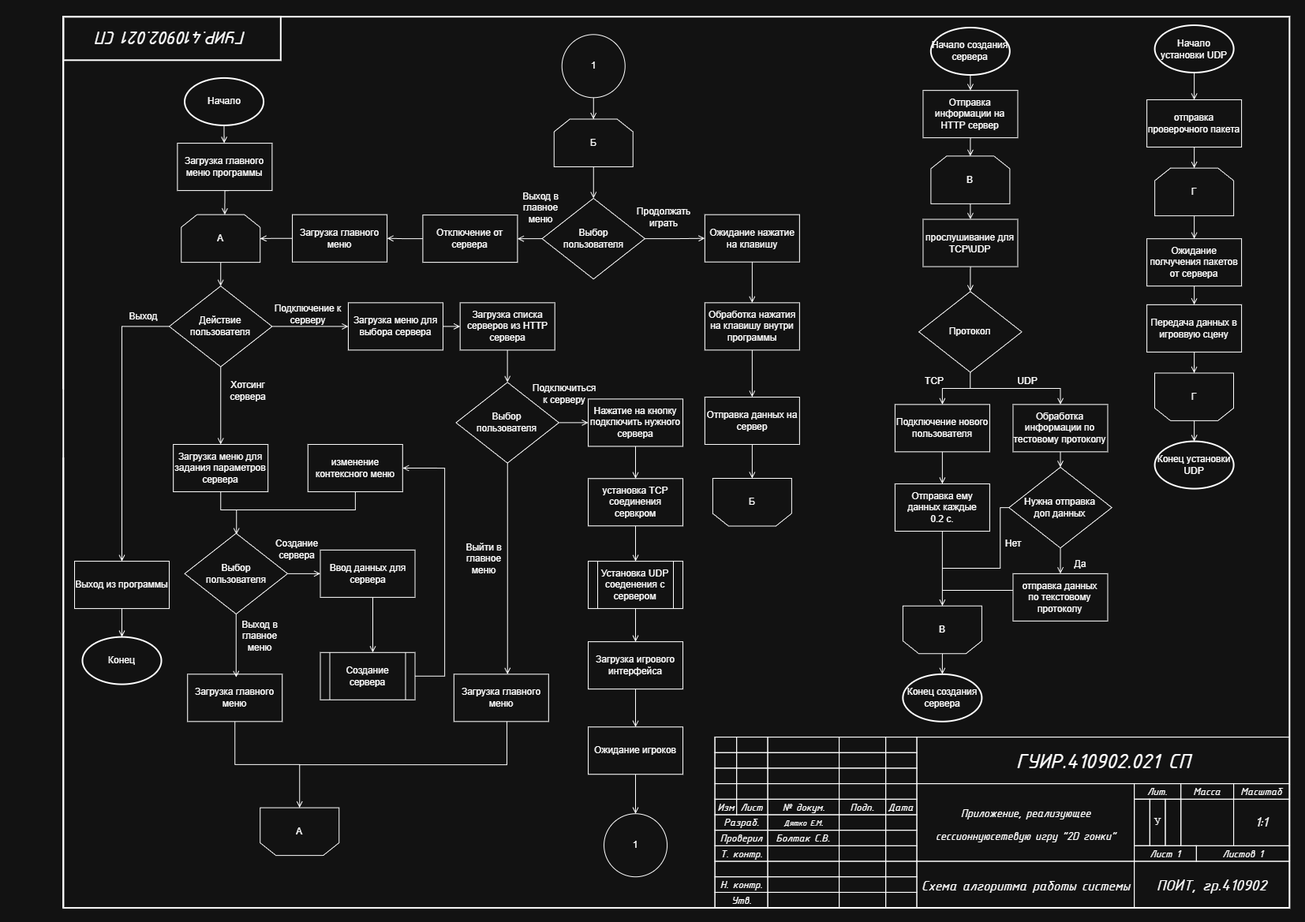
Before: Схема.drawio.png, a diagram exported from draw.io (Bnoul/KSiS_4sem_Kursuch). Source tidied: cells renumbered, new cells last; positions are measured from the earlier drawing's top-left corner, leaving out a move shared by most shapes.
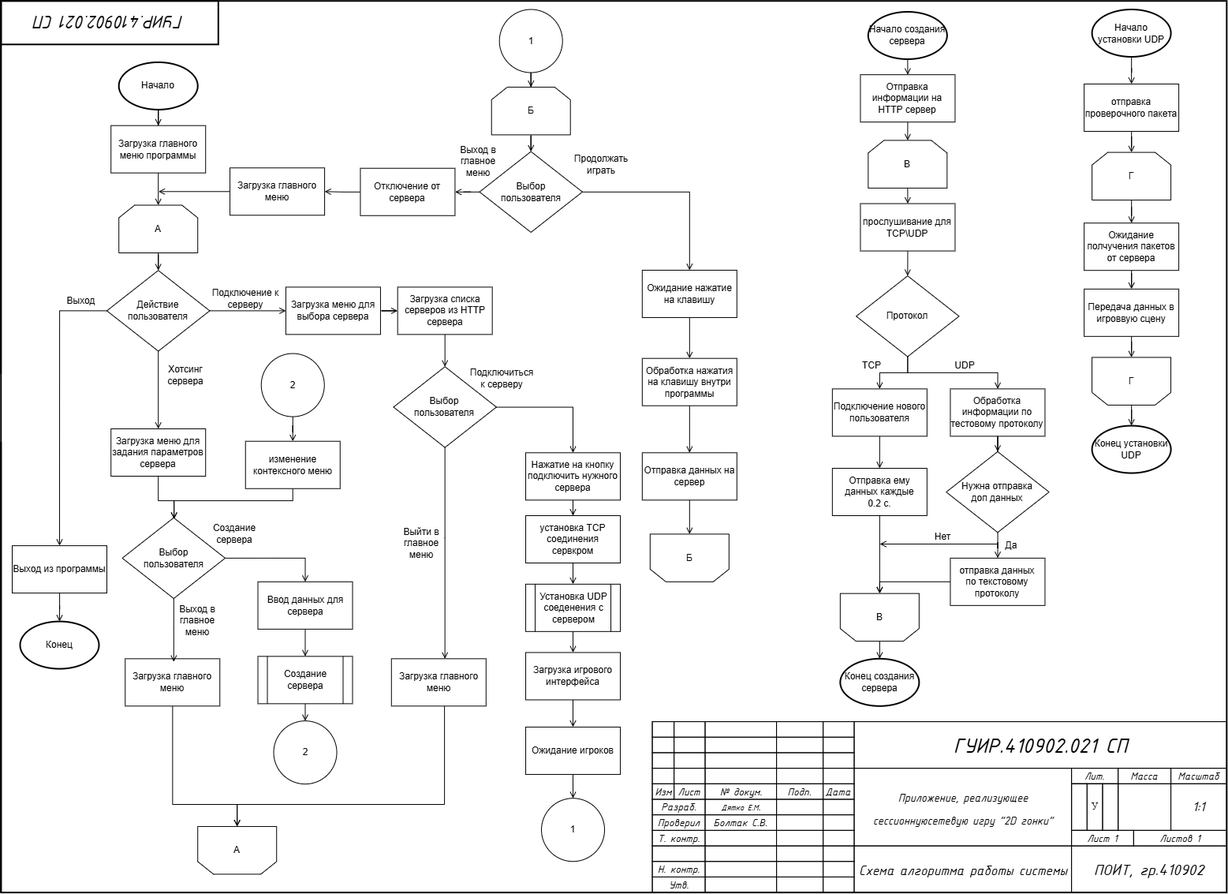
The same file after the commit.

Change to the diagram source:
```diff
@@ -243,23 +243,19 @@
     </mxCell>
-    <mxCell id="71" style="edgeStyle=orthogonalEdgeStyle;rounded=0;jettySize=auto;html=1;endArrow=open;endFill=0;labelBackgroundColor=none;fontColor=default;" parent="1" edge="1" source="72">
-      <mxGeometry relative="1" as="geometry">
-        <mxPoint x="203.6" y="160" as="targetPoint" />
-      </mxGeometry>
-    </mxCell>
+    <mxCell id="187" style="edgeStyle=orthogonalEdgeStyle;rounded=0;jettySize=auto;html=1;entryX=0.5;entryY=0;entryDx=0;entryDy=0;endArrow=open;endFill=0;" parent="1" edge="1" source="72" target="75">
+      <mxGeometry relative="1" as="geometry" />
+    </mxCell>
     <mxCell id="72" value="Начало" style="strokeWidth=2;html=1;shape=mxgraph.flowchart.start_1;whiteSpace=wrap;labelBackgroundColor=none;" parent="1" vertex="1">
-      <mxGeometry x="153.6" y="77.4" width="100" height="60" as="geometry" />
+      <mxGeometry x="149.2" y="77.4" width="100" height="60" as="geometry" />
     </mxCell>
-    <mxCell id="73" style="edgeStyle=orthogonalEdgeStyle;rounded=0;jettySize=auto;html=1;entryX=1;entryY=0.5;entryDx=0;entryDy=0;endArrow=open;endFill=0;" parent="1" edge="1" source="74" target="95">
-      <mxGeometry relative="1" as="geometry">
-        <Array as="points">
-          <mxPoint x="483" y="836" />
-          <mxPoint x="483" y="572" />
-        </Array>
-      </mxGeometry>
-    </mxCell>
+    <mxCell id="188" style="edgeStyle=orthogonalEdgeStyle;rounded=0;jettySize=auto;html=1;exitX=0.5;exitY=1;exitDx=0;exitDy=0;entryX=0.5;entryY=0;entryDx=0;entryDy=0;endArrow=open;endFill=0;" parent="1" edge="1" source="74" target="194">
+      <mxGeometry relative="1" as="geometry" />
+    </mxCell>
     <mxCell id="74" value="Создание сервера" style="shape=process;whiteSpace=wrap;html=1;backgroundOutline=1;" parent="1" vertex="1">
-      <mxGeometry x="325.5" y="805.8" width="120" height="60" as="geometry" />
+      <mxGeometry x="325.5" y="830.3" width="120" height="60" as="geometry" />
     </mxCell>
+    <mxCell id="189" style="edgeStyle=orthogonalEdgeStyle;rounded=0;jettySize=auto;html=1;exitX=0.5;exitY=1;exitDx=0;exitDy=0;entryX=0.5;entryY=0;entryDx=0;entryDy=0;endArrow=open;endFill=0;" parent="1" edge="1" source="75" target="81">
+      <mxGeometry relative="1" as="geometry" />
+    </mxCell>
     <mxCell id="75" value="Загрузка главного меню программы" style="rounded=0;whiteSpace=wrap;html=1;" parent="1" vertex="1">
-      <mxGeometry x="144.4" y="160.1" width="120" height="60" as="geometry" />
+      <mxGeometry x="139.2" y="157.7" width="120" height="60" as="geometry" />
     </mxCell>
@@ -285,10 +281,4 @@
     <mxCell id="81" value="А" style="shape=loopLimit;whiteSpace=wrap;html=1;" parent="1" vertex="1">
-      <mxGeometry x="149.2" y="250.6" width="100" height="60.5" as="geometry" />
+      <mxGeometry x="149.2" y="258.5" width="100" height="60.5" as="geometry" />
     </mxCell>
-    <mxCell id="82" style="edgeStyle=orthogonalEdgeStyle;rounded=0;orthogonalLoop=1;jettySize=auto;html=1;endArrow=open;endFill=0;" parent="1" edge="1">
-      <mxGeometry relative="1" as="geometry">
-        <mxPoint x="209.6" y="220.1" as="sourcePoint" />
-        <mxPoint x="204.4" y="250.6" as="targetPoint" />
-      </mxGeometry>
-    </mxCell>
     <mxCell id="83" value="Выход из программы" style="rounded=0;whiteSpace=wrap;html=1;" parent="1" vertex="1">
@@ -303,4 +293,4 @@
         <Array as="points">
-          <mxPoint x="199" y="625" />
-          <mxPoint x="219" y="625" />
+          <mxPoint x="199" y="633" />
+          <mxPoint x="219" y="633" />
         </Array>
@@ -317,4 +307,4 @@
         <Array as="points">
-          <mxPoint x="392" y="778" />
-          <mxPoint x="392" y="778" />
+          <mxPoint x="392" y="838" />
+          <mxPoint x="392" y="838" />
         </Array>
@@ -323,3 +313,3 @@
     <mxCell id="89" value="Ввод данных для сервера" style="rounded=0;whiteSpace=wrap;html=1;" parent="1" vertex="1">
-      <mxGeometry x="325.5" y="675.9" width="120" height="60" as="geometry" />
+      <mxGeometry x="325.5" y="735.9" width="120" height="60" as="geometry" />
     </mxCell>
@@ -334,7 +324,2 @@
     </mxCell>
-    <mxCell id="93" style="edgeStyle=orthogonalEdgeStyle;rounded=0;jettySize=auto;html=1;exitX=1;exitY=0.5;exitDx=0;exitDy=0;entryX=0;entryY=0.5;entryDx=0;entryDy=0;endArrow=open;endFill=0;" parent="1" edge="1" target="89">
-      <mxGeometry relative="1" as="geometry">
-        <mxPoint x="278.3" y="705.8" as="sourcePoint" />
-      </mxGeometry>
-    </mxCell>
     <mxCell id="94" style="edgeStyle=orthogonalEdgeStyle;rounded=0;jettySize=auto;html=1;endArrow=open;endFill=0;" parent="1" edge="1" source="95">
@@ -343,4 +328,4 @@
         <Array as="points">
-          <mxPoint x="370" y="625" />
-          <mxPoint x="219" y="625" />
+          <mxPoint x="370" y="633" />
+          <mxPoint x="219" y="633" />
         </Array>
@@ -349,3 +334,3 @@
     <mxCell id="95" value="изменение контексного меню" style="rounded=0;whiteSpace=wrap;html=1;" parent="1" vertex="1">
-      <mxGeometry x="309.8" y="542" width="120" height="60" as="geometry" />
+      <mxGeometry x="309.8" y="557.7" width="120" height="60" as="geometry" />
     </mxCell>
@@ -355,3 +340,8 @@
     <mxCell id="97" style="edgeStyle=orthogonalEdgeStyle;rounded=0;jettySize=auto;html=1;entryX=0.5;entryY=1;entryDx=0;entryDy=0;endArrow=open;endFill=0;" parent="1" edge="1" source="98" target="100">
-      <mxGeometry relative="1" as="geometry" />
+      <mxGeometry relative="1" as="geometry">
+        <Array as="points">
+          <mxPoint x="217" y="1018" />
+          <mxPoint x="299" y="1018" />
+        </Array>
+      </mxGeometry>
     </mxCell>
@@ -364,3 +354,3 @@
     <mxCell id="100" value="А" style="shape=loopLimit;whiteSpace=wrap;html=1;rotation=0;direction=west;" parent="1" vertex="1">
-      <mxGeometry x="249.2" y="1002.6" width="100" height="60.5" as="geometry" />
+      <mxGeometry x="249.2" y="1045.9" width="100" height="60.5" as="geometry" />
     </mxCell>
@@ -386,2 +376,5 @@
     </mxCell>
+    <mxCell id="190" style="edgeStyle=orthogonalEdgeStyle;rounded=0;jettySize=auto;html=1;exitX=1;exitY=0.5;exitDx=0;exitDy=0;entryX=0.5;entryY=0;entryDx=0;entryDy=0;endArrow=open;endFill=0;" parent="1" edge="1" source="106" target="89">
+      <mxGeometry relative="1" as="geometry" />
+    </mxCell>
     <mxCell id="106" value="Выбор&lt;br&gt;пользователя" style="rhombus;whiteSpace=wrap;html=1;" parent="1" vertex="1">
@@ -395,4 +388,4 @@
         <Array as="points">
-          <mxPoint x="562" y="948" />
-          <mxPoint x="299" y="948" />
+          <mxPoint x="562" y="1018" />
+          <mxPoint x="299" y="1018" />
         </Array>
@@ -410,3 +403,3 @@
     <mxCell id="112" value="Нажатие на кнопку подключить нужного сервера" style="rounded=0;whiteSpace=wrap;html=1;" parent="1" vertex="1">
-      <mxGeometry x="665" y="484.4" width="120" height="60" as="geometry" />
+      <mxGeometry x="665" y="572.3" width="120" height="60" as="geometry" />
     </mxCell>
@@ -415,9 +408,7 @@
     </mxCell>
-    <mxCell id="114" style="edgeStyle=orthogonalEdgeStyle;rounded=0;jettySize=auto;html=1;endArrow=open;endFill=0;" parent="1" edge="1" source="115">
-      <mxGeometry relative="1" as="geometry">
-        <mxPoint x="725" y="690.1" as="targetPoint" />
-      </mxGeometry>
-    </mxCell>
+    <mxCell id="191" style="edgeStyle=orthogonalEdgeStyle;rounded=0;jettySize=auto;html=1;entryX=0.5;entryY=0;entryDx=0;entryDy=0;endArrow=open;endFill=0;" parent="1" edge="1" source="115" target="141">
+      <mxGeometry relative="1" as="geometry" />
+    </mxCell>
     <mxCell id="115" value="установка TCP соединения сервкром" style="rounded=0;whiteSpace=wrap;html=1;" parent="1" vertex="1">
-      <mxGeometry x="665" y="585.3" width="120" height="60" as="geometry" />
+      <mxGeometry x="665" y="652" width="120" height="60" as="geometry" />
     </mxCell>
@@ -427,3 +418,3 @@
     <mxCell id="117" value="Загрузка игрового интерфейса" style="rounded=0;whiteSpace=wrap;html=1;" parent="1" vertex="1">
-      <mxGeometry x="665" y="792.1" width="120" height="60" as="geometry" />
+      <mxGeometry x="665" y="825.5" width="120" height="60" as="geometry" />
     </mxCell>
@@ -433,3 +424,3 @@
     <mxCell id="119" value="Ожидание игроков" style="rounded=0;whiteSpace=wrap;html=1;" parent="1" vertex="1">
-      <mxGeometry x="665" y="900.3" width="120" height="60" as="geometry" />
+      <mxGeometry x="665" y="919.9" width="120" height="60" as="geometry" />
     </mxCell>
@@ -442,3 +433,3 @@
     <mxCell id="122" value="1" style="ellipse;whiteSpace=wrap;html=1;" parent="1" vertex="1">
-      <mxGeometry x="631.7" y="22.3" width="80" height="80" as="geometry" />
+      <mxGeometry x="631.7" y="10.5" width="80" height="80" as="geometry" />
     </mxCell>
@@ -448,3 +439,3 @@
     <mxCell id="124" value="Б" style="shape=loopLimit;whiteSpace=wrap;html=1;" parent="1" vertex="1">
-      <mxGeometry x="621.7" y="129.6" width="100" height="60.5" as="geometry" />
+      <mxGeometry x="621.7" y="108.9" width="100" height="60.5" as="geometry" />
     </mxCell>
@@ -454,3 +445,3 @@
     <mxCell id="126" value="Ожидание нажатие на клавишу" style="rounded=0;whiteSpace=wrap;html=1;" parent="1" vertex="1">
-      <mxGeometry x="812.8" y="250.6" width="120" height="60" as="geometry" />
+      <mxGeometry x="812.8" y="341" width="120" height="60" as="geometry" />
     </mxCell>
@@ -463,3 +454,3 @@
     <mxCell id="129" value="Выбор&lt;br&gt;пользователя" style="rhombus;whiteSpace=wrap;html=1;" parent="1" vertex="1">
-      <mxGeometry x="606.5" y="229.9" width="130.4" height="102.4" as="geometry" />
+      <mxGeometry x="606.5" y="190.6" width="130.4" height="102.4" as="geometry" />
     </mxCell>
@@ -469,21 +460,18 @@
     <mxCell id="131" value="Отключение от сервера" style="rounded=0;whiteSpace=wrap;html=1;" parent="1" vertex="1">
-      <mxGeometry x="455.4" y="251.1" width="120" height="60" as="geometry" />
+      <mxGeometry x="455.4" y="211.7" width="120" height="60" as="geometry" />
     </mxCell>
-    <mxCell id="132" style="edgeStyle=orthogonalEdgeStyle;rounded=0;jettySize=auto;html=1;endArrow=open;endFill=0;" parent="1" edge="1" source="133" target="81">
-      <mxGeometry relative="1" as="geometry" />
-    </mxCell>
+    <mxCell id="192" style="edgeStyle=orthogonalEdgeStyle;rounded=0;jettySize=auto;html=1;endArrow=open;endFill=0;" parent="1" edge="1" source="133">
+      <mxGeometry relative="1" as="geometry">
+        <mxPoint x="199.5" y="241.3" as="targetPoint" />
+      </mxGeometry>
+    </mxCell>
     <mxCell id="133" value="Загрузка главного меню" style="rounded=0;whiteSpace=wrap;html=1;" parent="1" vertex="1">
-      <mxGeometry x="290.1" y="250.6" width="120" height="60" as="geometry" />
+      <mxGeometry x="290.1" y="211.3" width="120" height="60" as="geometry" />
     </mxCell>
     <mxCell id="134" value="Выход в главное меню" style="text;html=1;whiteSpace=wrap;strokeColor=none;fillColor=none;align=center;verticalAlign=middle;rounded=0;" parent="1" vertex="1">
-      <mxGeometry x="575.4" y="227" width="60" height="30" as="geometry" />
+      <mxGeometry x="575.4" y="187.7" width="60" height="30" as="geometry" />
     </mxCell>
     <mxCell id="135" value="Продолжать играть" style="text;html=1;whiteSpace=wrap;strokeColor=none;fillColor=none;align=center;verticalAlign=middle;rounded=0;" parent="1" vertex="1">
-      <mxGeometry x="731" y="238.8" width="60" height="30" as="geometry" />
+      <mxGeometry x="731" y="191.6" width="60" height="30" as="geometry" />
     </mxCell>
-    <mxCell id="136" style="edgeStyle=orthogonalEdgeStyle;rounded=0;jettySize=auto;html=1;entryX=0.5;entryY=0;entryDx=0;entryDy=0;endArrow=open;endFill=0;" parent="1" edge="1" target="117">
-      <mxGeometry relative="1" as="geometry">
-        <mxPoint x="725" y="750.1" as="sourcePoint" />
-      </mxGeometry>
-    </mxCell>
     <mxCell id="137" style="edgeStyle=orthogonalEdgeStyle;rounded=0;jettySize=auto;html=1;endArrow=open;endFill=0;" parent="1" edge="1" source="138" target="140">
@@ -492,3 +480,3 @@
     <mxCell id="138" value="Обработка нажатия на клавишу внутри программы" style="rounded=0;whiteSpace=wrap;html=1;" parent="1" vertex="1">
-      <mxGeometry x="812.8" y="362.4" width="120" height="60" as="geometry" />
+      <mxGeometry x="812.8" y="452.7" width="120" height="60" as="geometry" />
     </mxCell>
@@ -498,9 +486,14 @@
     <mxCell id="140" value="Отправка данных на сервер" style="rounded=0;whiteSpace=wrap;html=1;" parent="1" vertex="1">
-      <mxGeometry x="812.8" y="482" width="120" height="60" as="geometry" />
+      <mxGeometry x="812.8" y="572.3" width="120" height="60" as="geometry" />
     </mxCell>
+    <mxCell id="193" style="edgeStyle=orthogonalEdgeStyle;rounded=0;jettySize=auto;html=1;exitX=0.5;exitY=1;exitDx=0;exitDy=0;endArrow=open;endFill=0;" parent="1" edge="1" source="141">
+      <mxGeometry relative="1" as="geometry">
+        <mxPoint x="725.1" y="825.5" as="targetPoint" />
+      </mxGeometry>
+    </mxCell>
     <mxCell id="141" value="Установка UDP соеденения с сервером" style="shape=process;whiteSpace=wrap;html=1;backgroundOutline=1;" parent="1" vertex="1">
-      <mxGeometry x="665" y="690.1" width="120" height="60" as="geometry" />
+      <mxGeometry x="665" y="738.8" width="120" height="60" as="geometry" />
     </mxCell>
     <mxCell id="142" value="Б" style="shape=loopLimit;whiteSpace=wrap;html=1;rotation=0;direction=west;" parent="1" vertex="1">
-      <mxGeometry x="822.8" y="585.1" width="100" height="60.5" as="geometry" />
+      <mxGeometry x="822.8" y="675.4" width="100" height="60.5" as="geometry" />
     </mxCell>
@@ -556,11 +549,2 @@
     </mxCell>
-    <mxCell id="159" style="edgeStyle=orthogonalEdgeStyle;rounded=0;jettySize=auto;html=1;entryX=0.5;entryY=1;entryDx=0;entryDy=0;endArrow=open;endFill=0;" parent="1" edge="1" source="160" target="164">
-      <mxGeometry relative="1" as="geometry">
-        <Array as="points">
-          <mxPoint x="1187.3" y="621.9" />
-          <mxPoint x="1187.3" y="698.9" />
-          <mxPoint x="1114.3" y="698.9" />
-        </Array>
-      </mxGeometry>
-    </mxCell>
     <mxCell id="160" value="Нужна отправка&lt;br&gt;доп данных" style="rhombus;whiteSpace=wrap;html=1;fontFamily=Helvetica;" parent="1" vertex="1">
@@ -571,3 +555,3 @@
         <Array as="points">
-          <mxPoint x="1113.8" y="726.9" />
+          <mxPoint x="1114" y="736" />
         </Array>
@@ -582,8 +566,6 @@
     <mxCell id="164" value="В" style="shape=loopLimit;whiteSpace=wrap;html=1;rotation=0;direction=west;" parent="1" vertex="1">
-      <mxGeometry x="1063.9" y="746.7" width="100" height="60.5" as="geometry" />
+      <mxGeometry x="1063.9" y="750.7" width="100" height="60.5" as="geometry" />
     </mxCell>
-    <mxCell id="165" style="edgeStyle=orthogonalEdgeStyle;rounded=0;jettySize=auto;html=1;exitX=0.5;exitY=1;exitDx=0;exitDy=0;endArrow=open;endFill=0;" parent="1" edge="1" source="166">
-      <mxGeometry relative="1" as="geometry">
-        <mxPoint x="1113.9" y="746.7" as="targetPoint" />
-      </mxGeometry>
+    <mxCell id="165" style="edgeStyle=orthogonalEdgeStyle;rounded=0;jettySize=auto;html=1;exitX=0.5;exitY=1;exitDx=0;exitDy=0;endArrow=open;endFill=0;entryX=0.5;entryY=1;entryDx=0;entryDy=0;" parent="1" edge="1" source="166" target="164">
+      <mxGeometry relative="1" as="geometry" />
     </mxCell>
@@ -593,6 +575,6 @@
     <mxCell id="167" value="Да" style="text;html=1;whiteSpace=wrap;strokeColor=none;fillColor=none;align=center;verticalAlign=middle;rounded=0;" parent="1" vertex="1">
-      <mxGeometry x="1258.6" y="678.8" width="60" height="30" as="geometry" />
+      <mxGeometry x="1250.7" y="675.4" width="60" height="30" as="geometry" />
     </mxCell>
     <mxCell id="168" value="Нет" style="text;html=1;whiteSpace=wrap;strokeColor=none;fillColor=none;align=center;verticalAlign=middle;rounded=0;" parent="1" vertex="1">
-      <mxGeometry x="1173.9" y="652.8" width="60" height="30" as="geometry" />
+      <mxGeometry x="1163.9" y="664" width="60" height="30" as="geometry" />
     </mxCell>
@@ -654,2 +636,20 @@
     </mxCell>
+    <mxCell id="194" value="2" style="ellipse;whiteSpace=wrap;html=1;" parent="1" vertex="1">
+      <mxGeometry x="345.5" y="912.1" width="80" height="80" as="geometry" />
+    </mxCell>
+    <mxCell id="195" style="edgeStyle=orthogonalEdgeStyle;rounded=0;jettySize=auto;html=1;entryX=0.5;entryY=0;entryDx=0;entryDy=0;endArrow=open;endFill=0;" parent="1" edge="1" source="196" target="95">
+      <mxGeometry relative="1" as="geometry" />
+    </mxCell>
+    <mxCell id="196" value="2" style="ellipse;whiteSpace=wrap;html=1;" parent="1" vertex="1">
+      <mxGeometry x="329.8" y="446.6" width="80" height="80" as="geometry" />
+    </mxCell>
+    <mxCell id="197" style="edgeStyle=orthogonalEdgeStyle;rounded=0;orthogonalLoop=1;jettySize=auto;html=1;exitX=0.5;exitY=1;exitDx=0;exitDy=0;" parent="1" edge="1" source="124" target="124">
+      <mxGeometry relative="1" as="geometry" />
+    </mxCell>
+    <mxCell id="198" style="endArrow=open;html=1;rounded=0;endFill=0;" parent="1" edge="1">
+      <mxGeometry relative="1" as="geometry">
+        <mxPoint x="1263" y="688" as="sourcePoint" />
+        <mxPoint x="1114" y="688" as="targetPoint" />
+      </mxGeometry>
+    </mxCell>
   </root>
```
